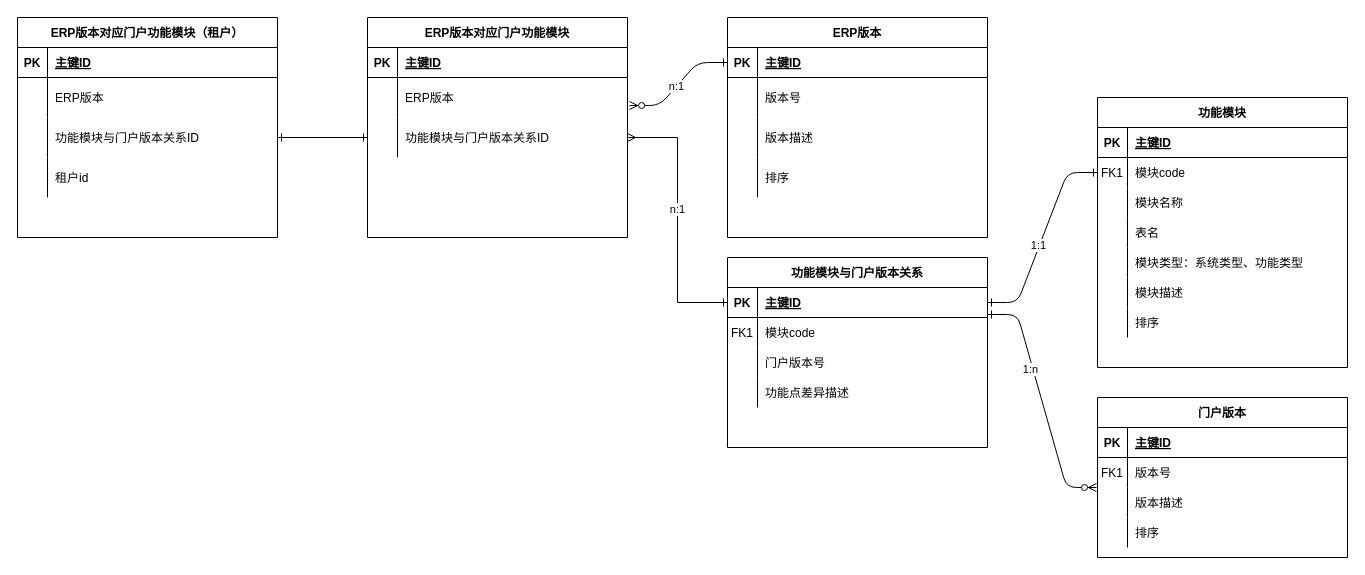
The draw.io diagram Untitled Diagram.drawio in wwb382899012/sso, before the edit. Source tidied: cells renumbered, new cells numbered last; positions are measured from the earlier drawing's top-left corner, leaving out a move shared by most shapes. Both pictures are drawn from the tidied source at 100%, with x=0, y=0 at pixel (17, 17).
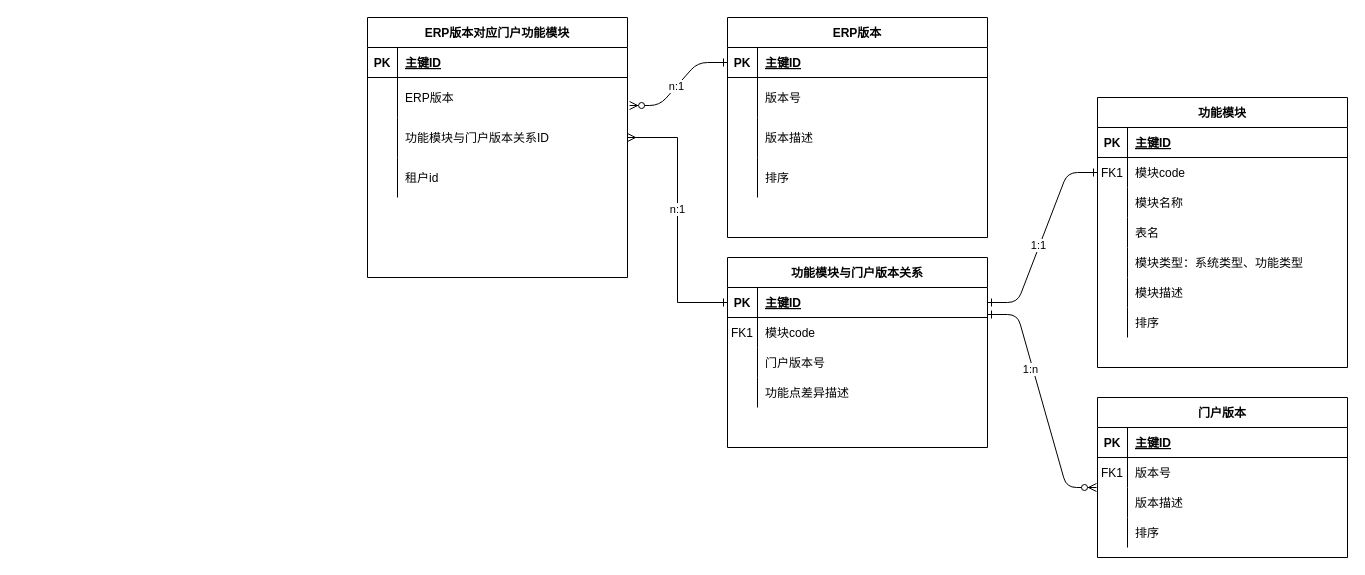
After the change.

Unchanged cells that the change refers to:
```xml
<mxCell id="76" style="shape=partialRectangle;fillColor=none;points=[[0,0.5],[1,0.5]];portConstraint=eastwest;top=0;left=0;right=0;bottom=0;" parent="69" vertex="1">
  <mxGeometry y="100" width="260" height="40" as="geometry" />
</mxCell>
```

Diff of the diagram source:
```diff
@@
     <mxCell id="69" value="ERP版本对应门户功能模块" style="shape=table;startSize=30;childLayout=tableLayout;rowLines=0;fontStyle=1;align=center;" parent="1" vertex="1">
-      <mxGeometry x="350" width="260" height="220" as="geometry" />
+      <mxGeometry x="350" width="260" height="260" as="geometry" />
     </mxCell>
@@
+    <mxCell id="91" style="shape=partialRectangle;fillColor=none;top=0;left=0;right=0;bottom=0;" parent="69" vertex="1">
+      <mxGeometry y="140" width="260" height="40" as="geometry" />
+    </mxCell>
+    <mxCell id="95" style="shape=partialRectangle;overflow=hidden;fillColor=none;top=0;left=0;bottom=0;right=0;" parent="91" vertex="1">
+      <mxGeometry width="30" height="40" as="geometry" />
+    </mxCell>
+    <mxCell id="93" value="租户id" style="shape=partialRectangle;overflow=hidden;fillColor=none;top=0;left=0;bottom=0;right=0;align=left;spacingLeft=6;" parent="91" vertex="1">
+      <mxGeometry x="30" width="230" height="40" as="geometry" />
+    </mxCell>
@@
-    <mxCell id="81" value="ERP版本对应门户功能模块（租户）" style="shape=table;startSize=30;childLayout=tableLayout;rowLines=0;fontStyle=1;align=center;" parent="1" vertex="1">
-      <mxGeometry width="260" height="220" as="geometry" />
-    </mxCell>
-    <mxCell id="82" style="shape=partialRectangle;fillColor=none;top=0;left=0;right=0;bottom=1;" parent="81" vertex="1">
-      <mxGeometry y="30" width="260" height="30" as="geometry" />
-    </mxCell>
-    <mxCell id="83" value="PK" style="shape=partialRectangle;overflow=hidden;fillColor=none;top=0;left=0;bottom=0;right=0;fontStyle=1;" parent="82" vertex="1">
-      <mxGeometry width="30" height="30" as="geometry" />
-    </mxCell>
-    <mxCell id="84" value="主键ID" style="shape=partialRectangle;overflow=hidden;fillColor=none;top=0;left=0;bottom=0;right=0;align=left;spacingLeft=6;fontStyle=5;" parent="82" vertex="1">
-      <mxGeometry x="30" width="230" height="30" as="geometry" />
-    </mxCell>
-    <mxCell id="85" style="shape=partialRectangle;fillColor=none;top=0;left=0;right=0;bottom=0;" parent="81" vertex="1">
-      <mxGeometry y="60" width="260" height="40" as="geometry" />
-    </mxCell>
-    <mxCell id="86" style="shape=partialRectangle;overflow=hidden;fillColor=none;top=0;left=0;bottom=0;right=0;" parent="85" vertex="1">
-      <mxGeometry width="30" height="40" as="geometry" />
-    </mxCell>
-    <mxCell id="87" value="ERP版本" style="shape=partialRectangle;overflow=hidden;fillColor=none;top=0;left=0;bottom=0;right=0;align=left;spacingLeft=6;" parent="85" vertex="1">
-      <mxGeometry x="30" width="230" height="40" as="geometry" />
-    </mxCell>
-    <mxCell id="88" style="shape=partialRectangle;fillColor=none;points=[[0,0.5],[1,0.5]];portConstraint=eastwest;top=0;left=0;right=0;bottom=0;" parent="81" vertex="1">
-      <mxGeometry y="100" width="260" height="40" as="geometry" />
-    </mxCell>
-    <mxCell id="89" style="shape=partialRectangle;overflow=hidden;fillColor=none;top=0;left=0;bottom=0;right=0;" parent="88" vertex="1">
-      <mxGeometry width="30" height="40" as="geometry" />
-    </mxCell>
-    <mxCell id="90" value="功能模块与门户版本关系ID" style="shape=partialRectangle;overflow=hidden;fillColor=none;top=0;left=0;bottom=0;right=0;align=left;spacingLeft=6;" parent="88" vertex="1">
-      <mxGeometry x="30" width="230" height="40" as="geometry" />
-    </mxCell>
-    <mxCell id="91" style="shape=partialRectangle;fillColor=none;top=0;left=0;right=0;bottom=0;" parent="81" vertex="1">
-      <mxGeometry y="140" width="260" height="40" as="geometry" />
-    </mxCell>
-    <mxCell id="92" style="shape=partialRectangle;overflow=hidden;fillColor=none;top=0;left=0;bottom=0;right=0;" parent="91" vertex="1">
-      <mxGeometry width="30" height="40" as="geometry" />
-    </mxCell>
-    <mxCell id="93" value="租户id" style="shape=partialRectangle;overflow=hidden;fillColor=none;top=0;left=0;bottom=0;right=0;align=left;spacingLeft=6;" parent="91" vertex="1">
-      <mxGeometry x="30" width="230" height="40" as="geometry" />
-    </mxCell>
-    <mxCell id="94" style="edgeStyle=orthogonalEdgeStyle;rounded=0;jettySize=auto;html=1;exitX=1;exitY=0.5;exitDx=0;exitDy=0;entryX=0;entryY=0.5;entryDx=0;entryDy=0;startArrow=ERone;startFill=0;endArrow=ERone;endFill=0;" parent="1" edge="1" source="88" target="76">
-      <mxGeometry relative="1" as="geometry" />
-    </mxCell>
```
